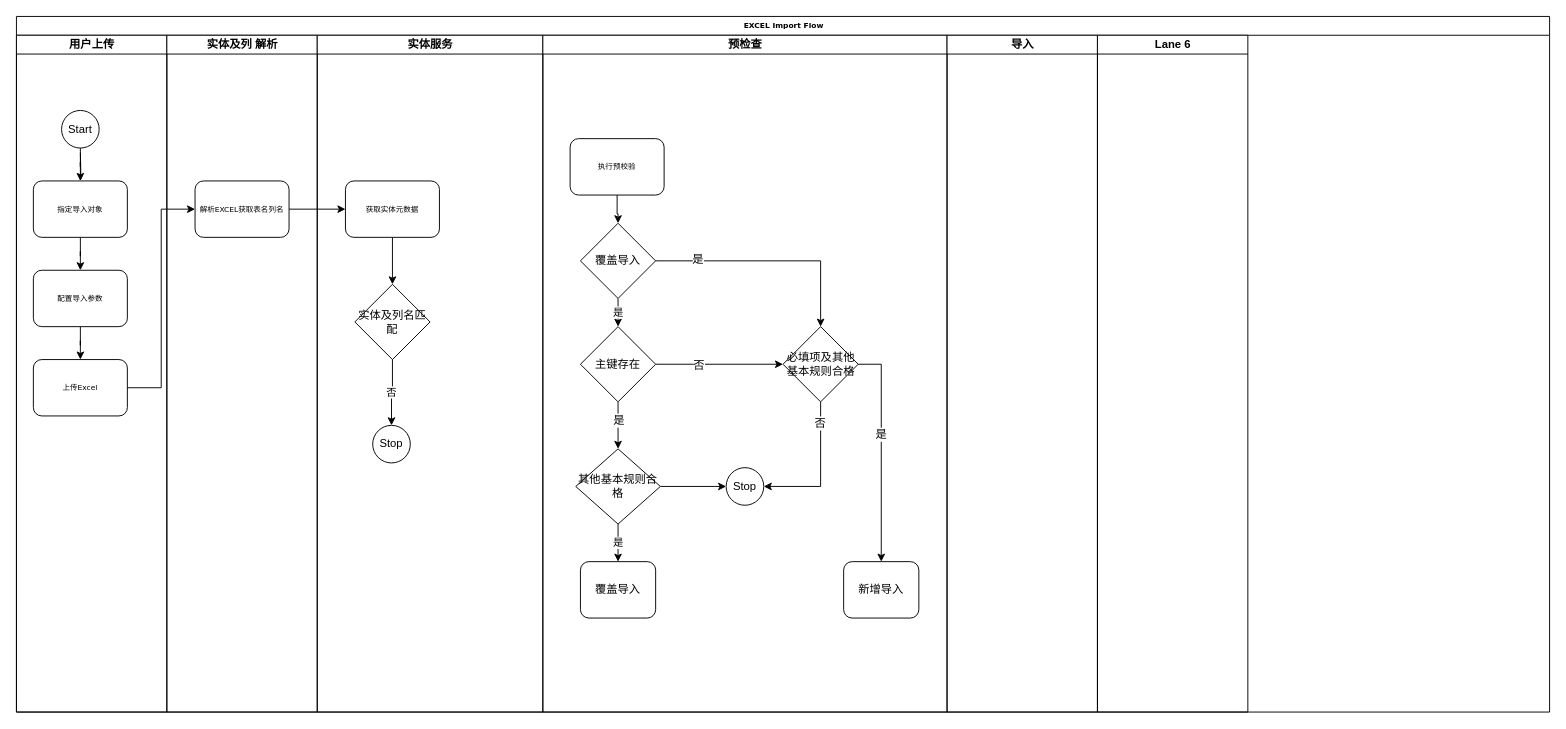
Earlier version of the draw.io diagram Excel-import.drawio (Mellonlee/DRAWIO_PUB). Source tidied: cells renumbered, new cells numbered last; positions are measured from the earlier drawing's top-left corner, leaving out a move shared by most shapes. Both pictures are drawn from the tidied source at 94%, with x=0, y=0 at pixel (16, 16).
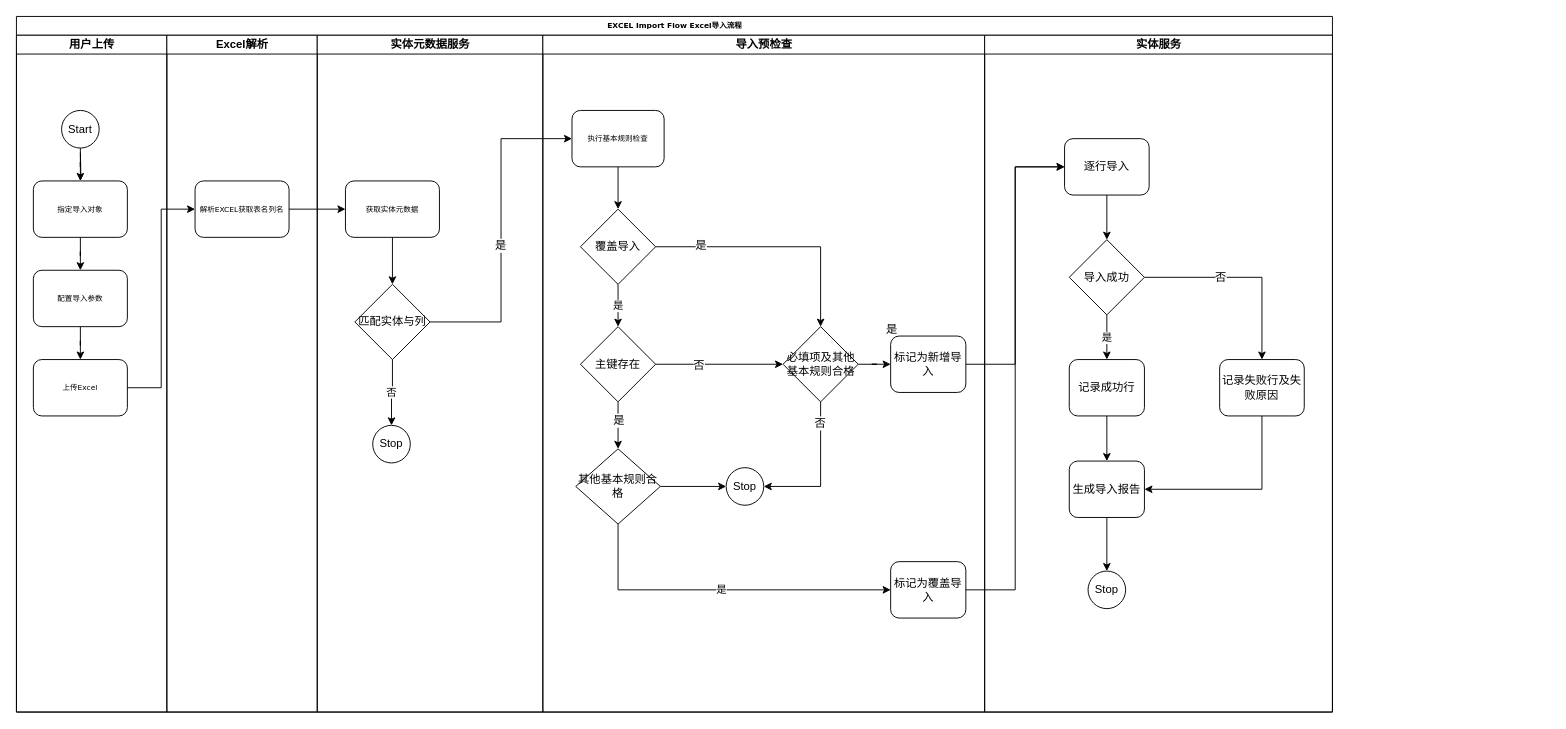
After the change.

The change refers to these unchanged cells:
```xml
<mxCell id="40" value="其他基本规则合格" style="rhombus;whiteSpace=wrap;html=1;" parent="26" vertex="1">
  <mxGeometry x="35" y="440" width="90" height="80" as="geometry" />
</mxCell>
```

Diff of the diagram source:
```diff
@@
-<mxGraphModel background="#ffffff">
+<mxGraphModel>
@@
-    <mxCell id="2" value="EXCEL Import Flow" style="swimlane;html=1;startSize=20;rounded=0;shadow=0;labelBackgroundColor=none;strokeColor=#000000;strokeWidth=1;fillColor=#ffffff;fontFamily=Verdana;fontSize=8;fontColor=#000000;align=center;" parent="1" vertex="1">
-      <mxGeometry width="1631" height="740" as="geometry" />
+    <mxCell id="2" value="EXCEL Import Flow Excel导入流程" style="swimlane;html=1;startSize=20;rounded=0;shadow=0;labelBackgroundColor=none;strokeColor=#000000;strokeWidth=1;fillColor=#ffffff;fontFamily=Verdana;fontSize=8;fontColor=#000000;align=center;" parent="1" vertex="1">
+      <mxGeometry width="1400" height="740" as="geometry" />
     </mxCell>
@@
-    <mxCell id="18" value="实体及列 解析" style="swimlane;html=1;startSize=20;" parent="2" vertex="1">
+    <mxCell id="18" value="Excel解析" style="swimlane;html=1;startSize=20;" parent="2" vertex="1">
       <mxGeometry x="160" y="20" width="160" height="720" as="geometry" />
     </mxCell>
@@
-    <mxCell id="20" value="实体服务" style="swimlane;html=1;startSize=20;direction=east;" parent="2" vertex="1">
+    <mxCell id="20" value="实体元数据服务" style="swimlane;html=1;startSize=20;direction=east;" parent="2" vertex="1">
       <mxGeometry x="320" y="20" width="240" height="720" as="geometry" />
     </mxCell>
@@
-    <mxCell id="24" value="实体及列名匹配" style="rhombus;whiteSpace=wrap;html=1;" parent="20" vertex="1">
+    <mxCell id="24" value="匹配实体与列" style="rhombus;whiteSpace=wrap;html=1;" parent="20" vertex="1">
       <mxGeometry x="40" y="265" width="80" height="80" as="geometry" />
     </mxCell>
@@
-    <mxCell id="26" value="预检查" style="swimlane;html=1;startSize=20;" parent="2" vertex="1">
-      <mxGeometry x="560" y="20" width="430" height="720" as="geometry" />
+    <mxCell id="26" value="导入预检查" style="swimlane;html=1;startSize=20;" parent="2" vertex="1">
+      <mxGeometry x="560" y="20" width="470" height="720" as="geometry" />
     </mxCell>
@@
-    <mxCell id="28" value="执行预校验" style="rounded=1;whiteSpace=wrap;html=1;shadow=0;labelBackgroundColor=none;strokeColor=#000000;strokeWidth=1;fillColor=#ffffff;fontFamily=Verdana;fontSize=8;fontColor=#000000;align=center;" parent="26" vertex="1">
-      <mxGeometry x="29" y="110" width="100" height="60" as="geometry" />
+    <mxCell id="28" value="执行基本规则检查" style="rounded=1;whiteSpace=wrap;html=1;shadow=0;labelBackgroundColor=none;strokeColor=#000000;strokeWidth=1;fillColor=#ffffff;fontFamily=Verdana;fontSize=8;fontColor=#000000;align=center;" parent="26" vertex="1">
+      <mxGeometry x="31" y="80" width="98" height="60" as="geometry" />
     </mxCell>
@@
     <mxCell id="32" value="覆盖导入" style="rhombus;whiteSpace=wrap;html=1;" parent="26" vertex="1">
-      <mxGeometry x="40" y="200" width="80" height="80" as="geometry" />
+      <mxGeometry x="40" y="185" width="80" height="80" as="geometry" />
     </mxCell>
@@
-    <mxCell id="38" value="是" style="edgeStyle=orthogonalEdgeStyle;rounded=0;jettySize=auto;html=1;exitX=0.5;exitY=1;exitDx=0;exitDy=0;" parent="26" edge="1" source="40" target="41">
+    <mxCell id="38" value="是" style="edgeStyle=orthogonalEdgeStyle;rounded=0;jettySize=auto;html=1;exitX=0.5;exitY=1;exitDx=0;exitDy=0;entryX=0;entryY=0.5;entryDx=0;entryDy=0;" parent="26" edge="1" source="40" target="41">
       <mxGeometry relative="1" as="geometry" />
     </mxCell>
@@
-    <mxCell id="41" value="覆盖导入" style="rounded=1;whiteSpace=wrap;html=1;" parent="26" vertex="1">
-      <mxGeometry x="40" y="560" width="80" height="60" as="geometry" />
+    <mxCell id="41" value="标记为覆盖导入" style="rounded=1;whiteSpace=wrap;html=1;" parent="26" vertex="1">
+      <mxGeometry x="370" y="560" width="80" height="60" as="geometry" />
     </mxCell>
@@
-    <mxCell id="47" value="新增导入" style="rounded=1;whiteSpace=wrap;html=1;" parent="26" vertex="1">
-      <mxGeometry x="320" y="560" width="80" height="60" as="geometry" />
+    <mxCell id="47" value="标记为新增导入" style="rounded=1;whiteSpace=wrap;html=1;" parent="26" vertex="1">
+      <mxGeometry x="370" y="320" width="80" height="60" as="geometry" />
     </mxCell>
@@
-    <mxCell id="49" value="导入" style="swimlane;html=1;startSize=20;" parent="2" vertex="1">
-      <mxGeometry x="990" y="20" width="160" height="720" as="geometry" />
+    <mxCell id="49" value="实体服务" style="swimlane;html=1;startSize=20;" parent="2" vertex="1">
+      <mxGeometry x="1030" y="20" width="370" height="720" as="geometry" />
     </mxCell>
@@
-    <mxCell id="52" value="Lane 6" style="swimlane;html=1;startSize=20;" parent="2" vertex="1">
-      <mxGeometry x="1150" y="20" width="160" height="720" as="geometry" />
-    </mxCell>
+    <mxCell id="55" style="edgeStyle=orthogonalEdgeStyle;rounded=0;jettySize=auto;html=1;exitX=0.5;exitY=1;exitDx=0;exitDy=0;entryX=0.5;entryY=0;entryDx=0;entryDy=0;" parent="49" edge="1" source="56" target="60">
+      <mxGeometry relative="1" as="geometry" />
+    </mxCell>
+    <mxCell id="56" value="逐行导入" style="rounded=1;whiteSpace=wrap;html=1;" parent="49" vertex="1">
+      <mxGeometry x="85" y="110" width="90" height="60" as="geometry" />
+    </mxCell>
+    <mxCell id="57" value="是" style="edgeStyle=orthogonalEdgeStyle;rounded=0;jettySize=auto;html=1;exitX=0.5;exitY=1;exitDx=0;exitDy=0;" parent="49" edge="1" source="60" target="62">
+      <mxGeometry relative="1" as="geometry" />
+    </mxCell>
+    <mxCell id="58" style="edgeStyle=orthogonalEdgeStyle;rounded=0;jettySize=auto;html=1;exitX=1;exitY=0.5;exitDx=0;exitDy=0;" parent="49" edge="1" source="60" target="64">
+      <mxGeometry relative="1" as="geometry" />
+    </mxCell>
+    <mxCell id="59" value="否" style="text;html=1;align=center;verticalAlign=middle;labelBackgroundColor=#ffffff;" parent="58" vertex="1">
+      <mxGeometry x="-0.26" y="-2" relative="1" as="geometry">
+        <mxPoint x="1.5" y="-2" as="offset" />
+      </mxGeometry>
+    </mxCell>
+    <mxCell id="60" value="导入成功" style="rhombus;whiteSpace=wrap;html=1;" parent="49" vertex="1">
+      <mxGeometry x="90" y="217.5" width="80" height="80" as="geometry" />
+    </mxCell>
+    <mxCell id="61" style="edgeStyle=orthogonalEdgeStyle;rounded=0;jettySize=auto;html=1;exitX=0.5;exitY=1;exitDx=0;exitDy=0;entryX=0.5;entryY=0;entryDx=0;entryDy=0;" parent="49" edge="1" source="62" target="66">
+      <mxGeometry relative="1" as="geometry" />
+    </mxCell>
+    <mxCell id="62" value="记录成功行" style="rounded=1;whiteSpace=wrap;html=1;" parent="49" vertex="1">
+      <mxGeometry x="90" y="345" width="80" height="60" as="geometry" />
+    </mxCell>
+    <mxCell id="63" style="edgeStyle=orthogonalEdgeStyle;rounded=0;jettySize=auto;html=1;exitX=0.5;exitY=1;exitDx=0;exitDy=0;entryX=1;entryY=0.5;entryDx=0;entryDy=0;" parent="49" edge="1" source="64" target="66">
+      <mxGeometry relative="1" as="geometry" />
+    </mxCell>
+    <mxCell id="64" value="记录失败行及失败原因" style="rounded=1;whiteSpace=wrap;html=1;" parent="49" vertex="1">
+      <mxGeometry x="250" y="345" width="90" height="60" as="geometry" />
+    </mxCell>
+    <mxCell id="65" style="edgeStyle=orthogonalEdgeStyle;rounded=0;jettySize=auto;html=1;exitX=0.5;exitY=1;exitDx=0;exitDy=0;" parent="49" edge="1" source="66" target="67">
+      <mxGeometry relative="1" as="geometry" />
+    </mxCell>
+    <mxCell id="66" value="生成导入报告" style="rounded=1;whiteSpace=wrap;html=1;" parent="49" vertex="1">
+      <mxGeometry x="90" y="453" width="80" height="60" as="geometry" />
+    </mxCell>
+    <mxCell id="67" value="Stop" style="ellipse;whiteSpace=wrap;html=1;" parent="49" vertex="1">
+      <mxGeometry x="110" y="570" width="40" height="40" as="geometry" />
+    </mxCell>
@@
+    <mxCell id="68" style="edgeStyle=orthogonalEdgeStyle;rounded=0;jettySize=auto;html=1;exitX=1;exitY=0.5;exitDx=0;exitDy=0;entryX=0;entryY=0.5;entryDx=0;entryDy=0;" parent="2" edge="1" source="24" target="28">
+      <mxGeometry relative="1" as="geometry" />
+    </mxCell>
+    <mxCell id="69" value="是" style="text;html=1;align=center;verticalAlign=middle;labelBackgroundColor=#ffffff;" parent="68" vertex="1">
+      <mxGeometry x="-0.09" y="1" relative="1" as="geometry" />
+    </mxCell>
+    <mxCell id="70" style="edgeStyle=orthogonalEdgeStyle;rounded=0;jettySize=auto;html=1;exitX=1;exitY=0.5;exitDx=0;exitDy=0;entryX=0;entryY=0.5;entryDx=0;entryDy=0;" parent="2" edge="1" source="41" target="56">
+      <mxGeometry relative="1" as="geometry" />
+    </mxCell>
+    <mxCell id="71" style="edgeStyle=orthogonalEdgeStyle;rounded=0;jettySize=auto;html=1;exitX=1;exitY=0.5;exitDx=0;exitDy=0;entryX=0;entryY=0.5;entryDx=0;entryDy=0;" parent="2" edge="1" source="47" target="56">
+      <mxGeometry relative="1" as="geometry" />
+    </mxCell>
```
